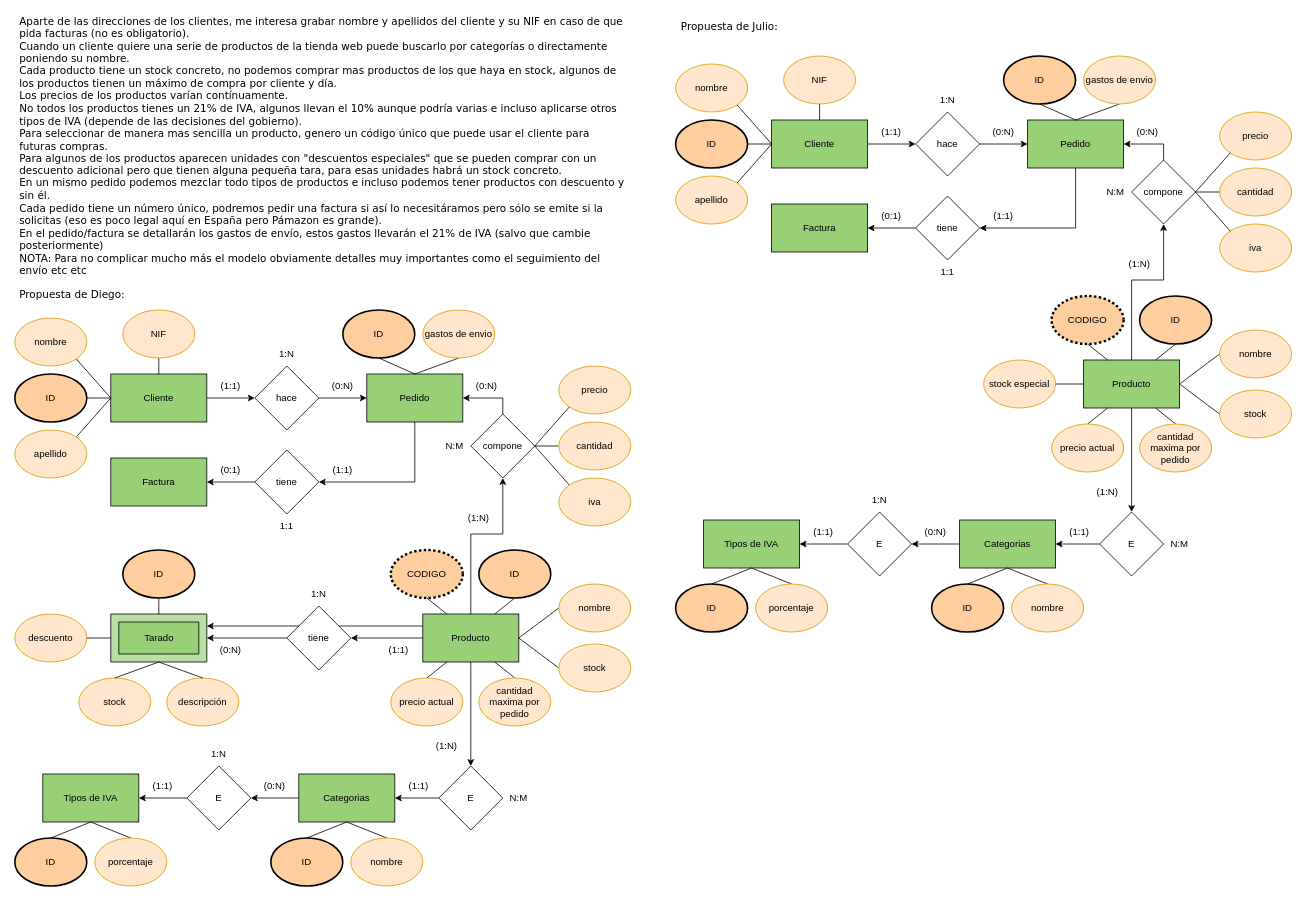
This is drawio/Ejer8-2.drawio from DiEgOfercri/Modelos-BBDD, a draw.io file, before an edit. Source tidied: cells renumbered, new cells numbered last; positions are measured from the earlier drawing's top-left corner, leaving out a move shared by most shapes. Both pictures are drawn from the tidied source at 80%, with x=0, y=0 at pixel (14, 14).
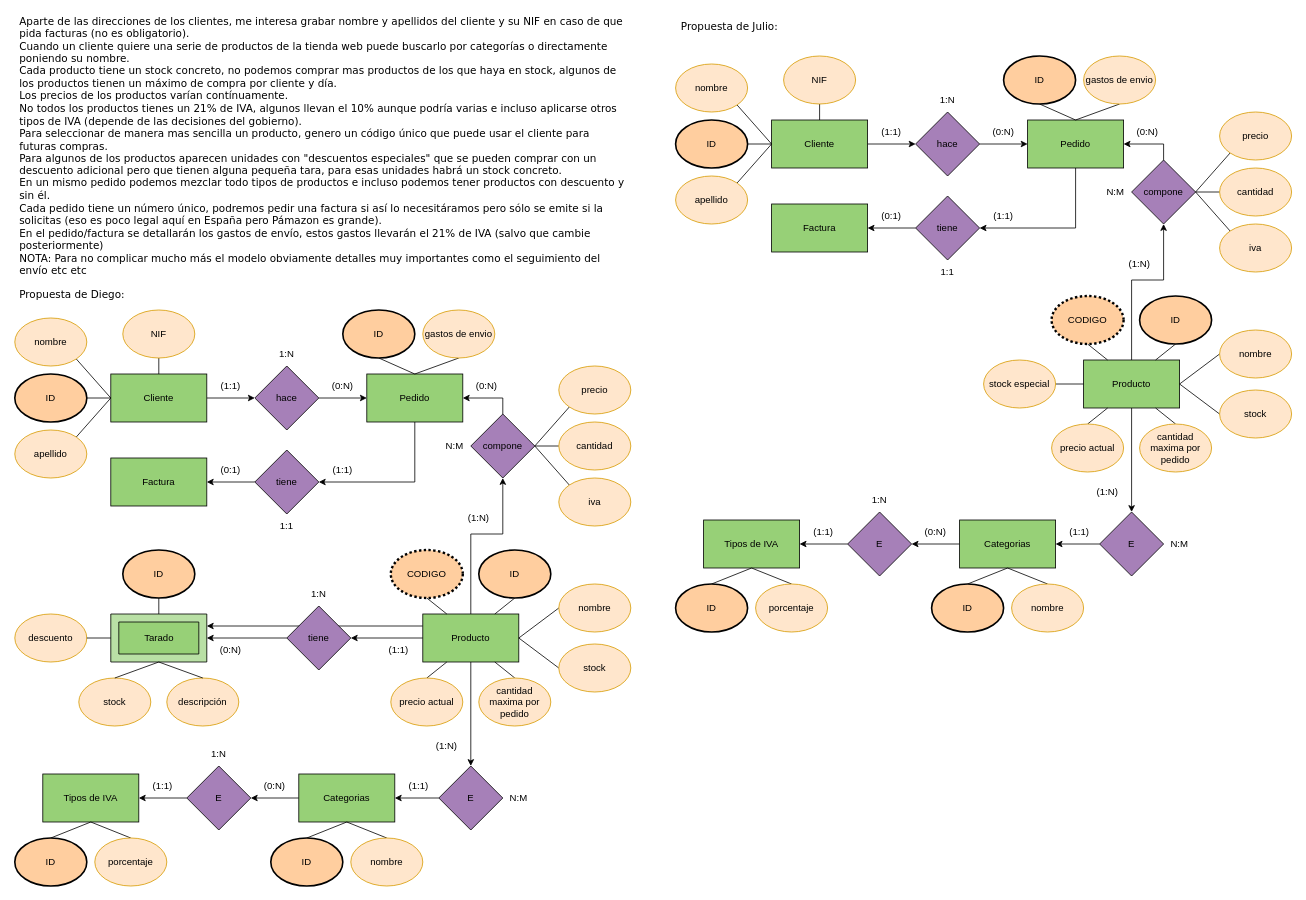
After the change.

What changed in the source:
```diff
@@
-    <mxCell id="24" value="hace" style="rhombus;whiteSpace=wrap;html=1;" parent="1" vertex="1">
+    <mxCell id="24" value="hace" style="rhombus;whiteSpace=wrap;html=1;fillColor=#A680B8;" parent="1" vertex="1">
       <mxGeometry x="300" y="440" width="80" height="80" as="geometry" />
     </mxCell>
@@
-    <mxCell id="26" value="tiene" style="rhombus;whiteSpace=wrap;html=1;" parent="1" vertex="1">
+    <mxCell id="26" value="tiene" style="rhombus;whiteSpace=wrap;html=1;fillColor=#A680B8;" parent="1" vertex="1">
       <mxGeometry x="300" y="545" width="80" height="80" as="geometry" />
     </mxCell>
@@
-    <mxCell id="29" value="compone" style="rhombus;whiteSpace=wrap;html=1;" parent="1" vertex="1">
+    <mxCell id="29" value="compone" style="rhombus;whiteSpace=wrap;html=1;fillColor=#A680B8;" parent="1" vertex="1">
       <mxGeometry x="570" y="500" width="80" height="80" as="geometry" />
     </mxCell>
@@
-    <mxCell id="31" value="E" style="rhombus;whiteSpace=wrap;html=1;" parent="1" vertex="1">
+    <mxCell id="31" value="E" style="rhombus;whiteSpace=wrap;html=1;fillColor=#A680B8;" parent="1" vertex="1">
       <mxGeometry x="530" y="940" width="80" height="80" as="geometry" />
     </mxCell>
@@
-    <mxCell id="33" value="E" style="rhombus;whiteSpace=wrap;html=1;" parent="1" vertex="1">
+    <mxCell id="33" value="E" style="rhombus;whiteSpace=wrap;html=1;fillColor=#A680B8;" parent="1" vertex="1">
       <mxGeometry x="215" y="940" width="80" height="80" as="geometry" />
     </mxCell>
@@
-    <mxCell id="45" value="tiene" style="rhombus;whiteSpace=wrap;html=1;" parent="1" vertex="1">
+    <mxCell id="45" value="tiene" style="rhombus;whiteSpace=wrap;html=1;fillColor=#A680B8;" parent="1" vertex="1">
       <mxGeometry x="340" y="740" width="80" height="80" as="geometry" />
     </mxCell>
@@
-    <mxCell id="106" value="hace" style="rhombus;whiteSpace=wrap;html=1;" parent="1" vertex="1">
+    <mxCell id="106" value="hace" style="rhombus;whiteSpace=wrap;html=1;fillColor=#A680B8;" parent="1" vertex="1">
       <mxGeometry x="1126" y="122.5" width="80" height="80" as="geometry" />
     </mxCell>
@@
-    <mxCell id="108" value="tiene" style="rhombus;whiteSpace=wrap;html=1;" parent="1" vertex="1">
+    <mxCell id="108" value="tiene" style="rhombus;whiteSpace=wrap;html=1;fillColor=#A680B8;" parent="1" vertex="1">
       <mxGeometry x="1126" y="227.5" width="80" height="80" as="geometry" />
     </mxCell>
@@
-    <mxCell id="111" value="compone" style="rhombus;whiteSpace=wrap;html=1;" parent="1" vertex="1">
+    <mxCell id="111" value="compone" style="rhombus;whiteSpace=wrap;html=1;fillColor=#A680B8;" parent="1" vertex="1">
       <mxGeometry x="1396" y="182.5" width="80" height="80" as="geometry" />
     </mxCell>
@@
-    <mxCell id="113" value="E" style="rhombus;whiteSpace=wrap;html=1;" parent="1" vertex="1">
+    <mxCell id="113" value="E" style="rhombus;whiteSpace=wrap;html=1;fillColor=#A680B8;" parent="1" vertex="1">
       <mxGeometry x="1356" y="622.5" width="80" height="80" as="geometry" />
     </mxCell>
@@
-    <mxCell id="115" value="E" style="rhombus;whiteSpace=wrap;html=1;" parent="1" vertex="1">
+    <mxCell id="115" value="E" style="rhombus;whiteSpace=wrap;html=1;fillColor=#A680B8;" parent="1" vertex="1">
       <mxGeometry x="1041" y="622.5" width="80" height="80" as="geometry" />
     </mxCell>
```
